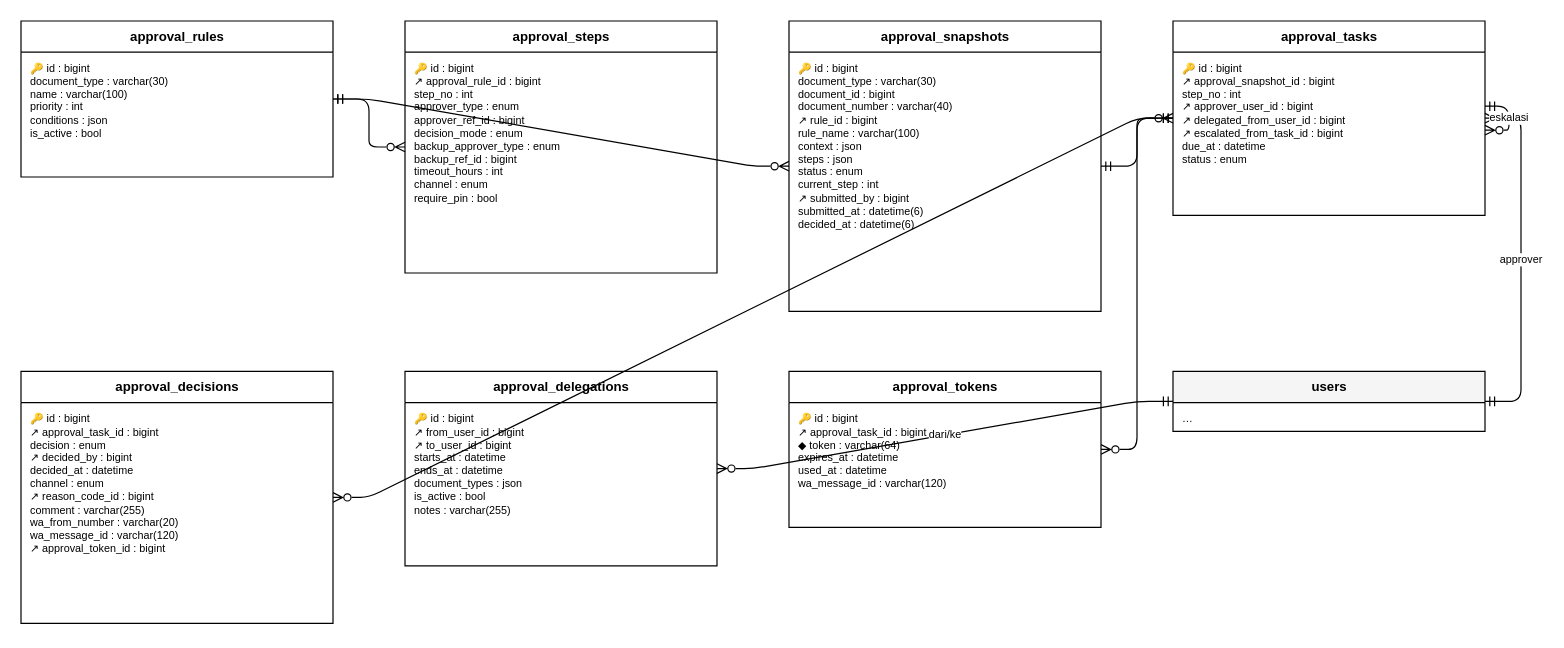
Before: docs/diagram/erd-approval.drawio in HengkyDarmawan/wms, a draw.io diagram. Source tidied: cells renumbered, new cells numbered last; positions are measured from the earlier drawing's top-left corner, leaving out a move shared by most shapes. Both pictures are drawn from the tidied source at 120%, with x=0, y=0 at pixel (20, 20).
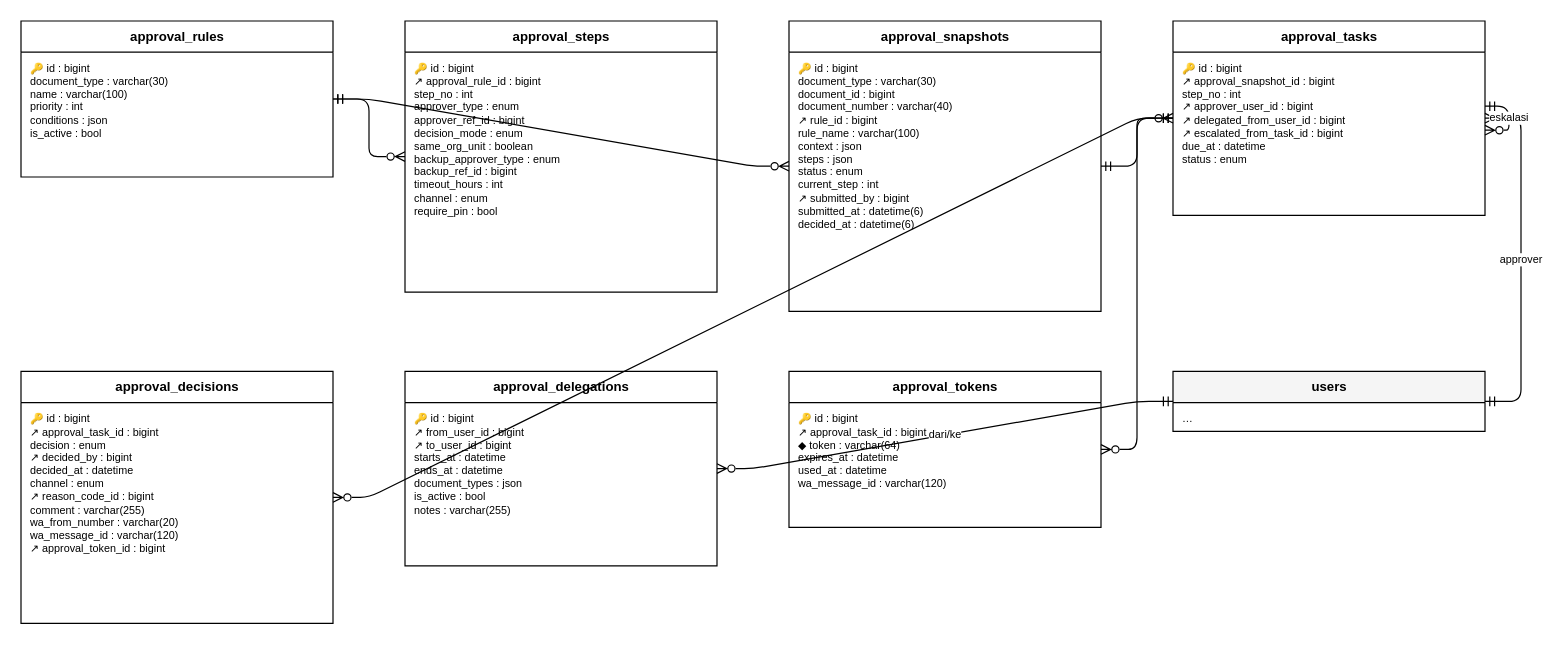
The same page after the edit.

Diff of the diagram source:
```diff
@@
     <mxCell id="4" value="approval_steps" style="swimlane;fontStyle=1;horizontal=1;startSize=26;html=1;fontSize=11;fillColor=#FFFFFF;" parent="1" vertex="1">
-      <mxGeometry x="320" width="260" height="210" as="geometry" />
+      <mxGeometry x="320" width="260" height="226" as="geometry" />
     </mxCell>
-    <mxCell id="5" value="🔑 id : bigint&lt;br&gt;↗ approval_rule_id : bigint&lt;br&gt;step_no : int&lt;br&gt;approver_type : enum&lt;br&gt;approver_ref_id : bigint&lt;br&gt;decision_mode : enum&lt;br&gt;backup_approver_type : enum&lt;br&gt;backup_ref_id : bigint&lt;br&gt;timeout_hours : int&lt;br&gt;channel : enum&lt;br&gt;require_pin : bool" style="text;html=1;strokeColor=none;fillColor=none;align=left;verticalAlign=top;spacingLeft=6;spacingTop=2;fontSize=9;whiteSpace=wrap;overflow=hidden;" parent="4" vertex="1">
-      <mxGeometry y="26" width="260" height="184" as="geometry" />
+    <mxCell id="5" value="🔑 id : bigint&lt;br&gt;↗ approval_rule_id : bigint&lt;br&gt;step_no : int&lt;br&gt;approver_type : enum&lt;br&gt;approver_ref_id : bigint&lt;br&gt;decision_mode : enum&lt;br&gt;same_org_unit : boolean&lt;br&gt;backup_approver_type : enum&lt;br&gt;backup_ref_id : bigint&lt;br&gt;timeout_hours : int&lt;br&gt;channel : enum&lt;br&gt;require_pin : bool" style="text;html=1;strokeColor=none;fillColor=none;align=left;verticalAlign=top;spacingLeft=6;spacingTop=2;fontSize=9;whiteSpace=wrap;overflow=hidden;" parent="4" vertex="1">
+      <mxGeometry y="26" width="260" height="200" as="geometry" />
     </mxCell>
```
